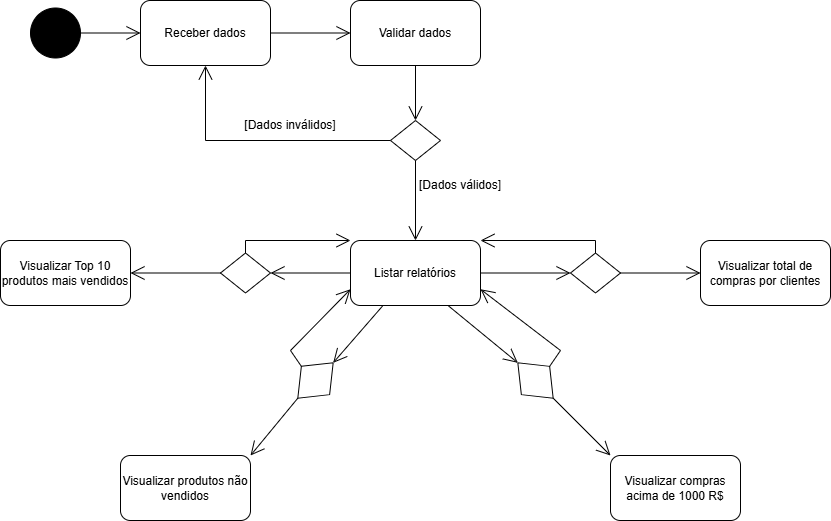
This is APOO/diagrama_atividade/Diagrama_atividade_relatórios.drawio.png from joao-marcos-azvd/Estudos-de-programacao, a draw.io export, as it was before one commit. Source tidied: cells renumbered, new cells last; positions are measured from the earlier drawing's top-left corner, leaving out a move shared by most shapes. Source of this version:
```xml
<mxGraphModel>
  <root>
    <mxCell id="0" />
    <mxCell id="1" parent="0" />
    <mxCell id="2" style="ellipse;shape=doubleEllipse;whiteSpace=wrap;html=1;fillColor=#000000;" parent="1" vertex="1">
      <mxGeometry x="30" y="7.5" width="50" height="50" as="geometry" />
    </mxCell>
    <mxCell id="3" value="Receber dados" style="rounded=1;whiteSpace=wrap;html=1;" parent="1" vertex="1">
      <mxGeometry x="140" width="130" height="65" as="geometry" />
    </mxCell>
    <mxCell id="4" style="endArrow=open;endFill=1;endSize=12;html=1;rounded=0;exitX=1;exitY=0.5;exitDx=0;exitDy=0;entryX=0;entryY=0.5;entryDx=0;entryDy=0;" parent="1" edge="1" source="2" target="3">
      <mxGeometry relative="1" as="geometry" />
    </mxCell>
    <mxCell id="5" value="Validar dados" style="rounded=1;whiteSpace=wrap;html=1;" parent="1" vertex="1">
      <mxGeometry x="350" width="130" height="65" as="geometry" />
    </mxCell>
    <mxCell id="6" style="endArrow=open;endFill=1;endSize=12;html=1;rounded=0;exitX=1;exitY=0.5;exitDx=0;exitDy=0;entryX=0;entryY=0.5;entryDx=0;entryDy=0;" parent="1" edge="1" source="3" target="5">
      <mxGeometry relative="1" as="geometry" />
    </mxCell>
    <mxCell id="7" style="rhombus;whiteSpace=wrap;html=1;" parent="1" vertex="1">
      <mxGeometry x="390" y="120" width="50" height="40" as="geometry" />
    </mxCell>
    <mxCell id="8" style="endArrow=open;endFill=1;endSize=12;html=1;rounded=0;exitX=0.5;exitY=1;exitDx=0;exitDy=0;entryX=0.5;entryY=0;entryDx=0;entryDy=0;" parent="1" edge="1" source="5" target="7">
      <mxGeometry relative="1" as="geometry" />
    </mxCell>
    <mxCell id="9" style="endArrow=open;endFill=1;endSize=12;html=1;rounded=0;exitX=0;exitY=0.5;exitDx=0;exitDy=0;entryX=0.5;entryY=1;entryDx=0;entryDy=0;" parent="1" edge="1" source="7" target="3">
      <mxGeometry relative="1" as="geometry">
        <Array as="points">
          <mxPoint x="205" y="140" />
        </Array>
      </mxGeometry>
    </mxCell>
    <mxCell id="10" value="[Dados inválidos]" style="text;strokeColor=none;align=center;fillColor=none;html=1;verticalAlign=middle;whiteSpace=wrap;rounded=0;" parent="1" vertex="1">
      <mxGeometry x="230" y="110" width="120" height="30" as="geometry" />
    </mxCell>
    <mxCell id="11" value="[Dados válidos]" style="text;strokeColor=none;align=center;fillColor=none;html=1;verticalAlign=middle;whiteSpace=wrap;rounded=0;" parent="1" vertex="1">
      <mxGeometry x="400" y="170" width="120" height="30" as="geometry" />
    </mxCell>
    <mxCell id="12" style="endArrow=open;endFill=1;endSize=12;html=1;rounded=0;exitX=0.5;exitY=1;exitDx=0;exitDy=0;entryX=0.5;entryY=0;entryDx=0;entryDy=0;" parent="1" edge="1" source="7" target="13">
      <mxGeometry relative="1" as="geometry" />
    </mxCell>
    <mxCell id="13" value="Listar relatórios" style="rounded=1;whiteSpace=wrap;html=1;" parent="1" vertex="1">
      <mxGeometry x="350" y="240" width="130" height="65" as="geometry" />
    </mxCell>
    <mxCell id="14" value="Visualizar Top 10 produtos mais vendidos" style="rounded=1;whiteSpace=wrap;html=1;" parent="1" vertex="1">
      <mxGeometry y="240" width="130" height="65" as="geometry" />
    </mxCell>
    <mxCell id="15" value="Visualizar&amp;nbsp;compras acima de 1000 R$" style="rounded=1;whiteSpace=wrap;html=1;" parent="1" vertex="1">
      <mxGeometry x="610" y="455" width="130" height="65" as="geometry" />
    </mxCell>
    <mxCell id="16" value="Visualizar&amp;nbsp;produtos não vendidos" style="rounded=1;whiteSpace=wrap;html=1;" parent="1" vertex="1">
      <mxGeometry x="120" y="455" width="130" height="65" as="geometry" />
    </mxCell>
    <mxCell id="17" value="Visualizar&amp;nbsp;total de compras por clientes" style="rounded=1;whiteSpace=wrap;html=1;" parent="1" vertex="1">
      <mxGeometry x="700" y="240" width="130" height="65" as="geometry" />
    </mxCell>
    <mxCell id="18" style="rhombus;whiteSpace=wrap;html=1;" parent="1" vertex="1">
      <mxGeometry x="220" y="252.5" width="50" height="40" as="geometry" />
    </mxCell>
    <mxCell id="19" style="rhombus;whiteSpace=wrap;html=1;" parent="1" vertex="1">
      <mxGeometry x="570" y="252.5" width="50" height="40" as="geometry" />
    </mxCell>
    <mxCell id="20" style="rhombus;whiteSpace=wrap;html=1;rotation=-45;" parent="1" vertex="1">
      <mxGeometry x="290" y="360" width="50" height="40" as="geometry" />
    </mxCell>
    <mxCell id="21" style="rhombus;whiteSpace=wrap;html=1;rotation=45;" parent="1" vertex="1">
      <mxGeometry x="510" y="360" width="50" height="40" as="geometry" />
    </mxCell>
    <mxCell id="22" style="endArrow=open;endFill=1;endSize=12;html=1;rounded=0;exitX=0;exitY=0.5;exitDx=0;exitDy=0;entryX=1;entryY=0.5;entryDx=0;entryDy=0;" parent="1" edge="1" source="13" target="18">
      <mxGeometry relative="1" as="geometry" />
    </mxCell>
    <mxCell id="23" style="endArrow=open;endFill=1;endSize=12;html=1;rounded=0;exitX=0;exitY=0.5;exitDx=0;exitDy=0;entryX=1;entryY=0.5;entryDx=0;entryDy=0;" parent="1" edge="1" source="18" target="14">
      <mxGeometry relative="1" as="geometry" />
    </mxCell>
    <mxCell id="24" style="endArrow=open;endFill=1;endSize=12;html=1;rounded=0;exitX=1;exitY=0.5;exitDx=0;exitDy=0;entryX=0;entryY=0.5;entryDx=0;entryDy=0;" parent="1" edge="1" source="19" target="17">
      <mxGeometry relative="1" as="geometry" />
    </mxCell>
    <mxCell id="25" style="endArrow=open;endFill=1;endSize=12;html=1;rounded=0;exitX=1;exitY=0.5;exitDx=0;exitDy=0;entryX=0;entryY=0.5;entryDx=0;entryDy=0;" parent="1" edge="1" source="13" target="19">
      <mxGeometry relative="1" as="geometry" />
    </mxCell>
    <mxCell id="26" style="endArrow=open;endFill=1;endSize=12;html=1;rounded=0;exitX=0.75;exitY=1;exitDx=0;exitDy=0;entryX=0;entryY=0.5;entryDx=0;entryDy=0;" parent="1" edge="1" source="13" target="21">
      <mxGeometry relative="1" as="geometry" />
    </mxCell>
    <mxCell id="27" style="endArrow=open;endFill=1;endSize=12;html=1;rounded=0;exitX=1;exitY=0.5;exitDx=0;exitDy=0;entryX=0;entryY=0;entryDx=0;entryDy=0;" parent="1" edge="1" source="21" target="15">
      <mxGeometry relative="1" as="geometry" />
    </mxCell>
    <mxCell id="28" style="endArrow=open;endFill=1;endSize=12;html=1;rounded=0;exitX=0.25;exitY=1;exitDx=0;exitDy=0;entryX=1;entryY=0.5;entryDx=0;entryDy=0;" parent="1" edge="1" source="13" target="20">
      <mxGeometry relative="1" as="geometry" />
    </mxCell>
    <mxCell id="29" style="endArrow=open;endFill=1;endSize=12;html=1;rounded=0;exitX=0;exitY=0.5;exitDx=0;exitDy=0;entryX=1;entryY=0;entryDx=0;entryDy=0;" parent="1" edge="1" source="20" target="16">
      <mxGeometry relative="1" as="geometry" />
    </mxCell>
    <mxCell id="30" style="endArrow=open;endFill=1;endSize=12;html=1;rounded=0;exitX=0.5;exitY=0;exitDx=0;exitDy=0;entryX=0;entryY=0;entryDx=0;entryDy=0;" parent="1" edge="1" source="18" target="13">
      <mxGeometry relative="1" as="geometry">
        <Array as="points">
          <mxPoint x="245" y="240" />
        </Array>
      </mxGeometry>
    </mxCell>
    <mxCell id="31" style="endArrow=open;endFill=1;endSize=12;html=1;rounded=0;entryX=1;entryY=0;entryDx=0;entryDy=0;exitX=0.5;exitY=0;exitDx=0;exitDy=0;" parent="1" edge="1" source="19" target="13">
      <mxGeometry relative="1" as="geometry">
        <Array as="points">
          <mxPoint x="595" y="240" />
        </Array>
      </mxGeometry>
    </mxCell>
    <mxCell id="32" style="endArrow=open;endFill=1;endSize=12;html=1;rounded=0;exitX=0.5;exitY=0;exitDx=0;exitDy=0;entryX=1;entryY=0.75;entryDx=0;entryDy=0;" parent="1" edge="1" source="21" target="13">
      <mxGeometry relative="1" as="geometry">
        <Array as="points">
          <mxPoint x="560" y="350" />
        </Array>
      </mxGeometry>
    </mxCell>
    <mxCell id="33" style="endArrow=open;endFill=1;endSize=12;html=1;rounded=0;exitX=0.5;exitY=0;exitDx=0;exitDy=0;entryX=0;entryY=0.75;entryDx=0;entryDy=0;" parent="1" edge="1" source="20" target="13">
      <mxGeometry relative="1" as="geometry">
        <Array as="points">
          <mxPoint x="290" y="350" />
        </Array>
      </mxGeometry>
    </mxCell>
  </root>
</mxGraphModel>
```
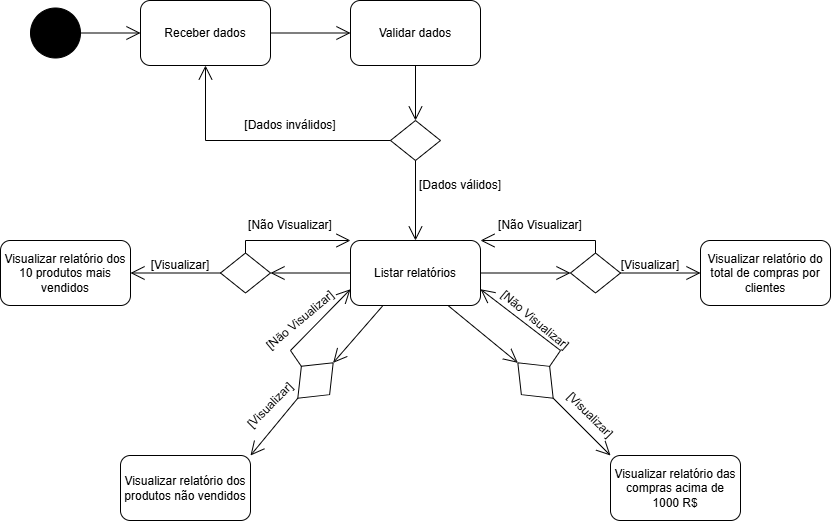
After the commit.

Change to the diagram source:
```diff
@@ -42,16 +42,16 @@
     <mxCell id="13" value="Listar relatórios" style="rounded=1;whiteSpace=wrap;html=1;" parent="1" vertex="1">
       <mxGeometry x="350" y="240" width="130" height="65" as="geometry" />
     </mxCell>
-    <mxCell id="14" value="Visualizar Top 10 produtos mais vendidos" style="rounded=1;whiteSpace=wrap;html=1;" parent="1" vertex="1">
+    <mxCell id="14" value="Visualizar relatório dos 10 produtos mais vendidos" style="rounded=1;whiteSpace=wrap;html=1;" parent="1" vertex="1">
       <mxGeometry y="240" width="130" height="65" as="geometry" />
     </mxCell>
-    <mxCell id="15" value="Visualizar&amp;nbsp;compras acima de 1000 R$" style="rounded=1;whiteSpace=wrap;html=1;" parent="1" vertex="1">
+    <mxCell id="15" value="Visualizar relatório das compras acima de 1000 R$" style="rounded=1;whiteSpace=wrap;html=1;" parent="1" vertex="1">
       <mxGeometry x="610" y="455" width="130" height="65" as="geometry" />
     </mxCell>
-    <mxCell id="16" value="Visualizar&amp;nbsp;produtos não vendidos" style="rounded=1;whiteSpace=wrap;html=1;" parent="1" vertex="1">
+    <mxCell id="16" value="Visualizar relatório dos produtos não vendidos" style="rounded=1;whiteSpace=wrap;html=1;" parent="1" vertex="1">
       <mxGeometry x="120" y="455" width="130" height="65" as="geometry" />
     </mxCell>
-    <mxCell id="17" value="Visualizar&amp;nbsp;total de compras por clientes" style="rounded=1;whiteSpace=wrap;html=1;" parent="1" vertex="1">
+    <mxCell id="17" value="Visualizar relatório do total de compras por clientes" style="rounded=1;whiteSpace=wrap;html=1;" parent="1" vertex="1">
       <mxGeometry x="700" y="240" width="130" height="65" as="geometry" />
     </mxCell>
     <mxCell id="18" style="rhombus;whiteSpace=wrap;html=1;" parent="1" vertex="1">
@@ -118,5 +118,29 @@
         </Array>
       </mxGeometry>
     </mxCell>
+    <mxCell id="34" value="[Visualizar]" style="text;strokeColor=none;align=center;fillColor=none;html=1;verticalAlign=middle;whiteSpace=wrap;rounded=0;" parent="1" vertex="1">
+      <mxGeometry x="590" y="250" width="120" height="30" as="geometry" />
+    </mxCell>
+    <mxCell id="35" value="[Não Visualizar]" style="text;strokeColor=none;align=center;fillColor=none;html=1;verticalAlign=middle;whiteSpace=wrap;rounded=0;" parent="1" vertex="1">
+      <mxGeometry x="480" y="210" width="120" height="30" as="geometry" />
+    </mxCell>
+    <mxCell id="36" value="[Não Visualizar]" style="text;strokeColor=none;align=center;fillColor=none;html=1;verticalAlign=middle;whiteSpace=wrap;rounded=0;" parent="1" vertex="1">
+      <mxGeometry x="230" y="210" width="120" height="30" as="geometry" />
+    </mxCell>
+    <mxCell id="37" value="[Não Visualizar]" style="text;strokeColor=none;align=center;fillColor=none;html=1;verticalAlign=middle;whiteSpace=wrap;rounded=0;rotation=40;" parent="1" vertex="1">
+      <mxGeometry x="475" y="305" width="120" height="30" as="geometry" />
+    </mxCell>
+    <mxCell id="38" value="[Não Visualizar]" style="text;strokeColor=none;align=center;fillColor=none;html=1;verticalAlign=middle;whiteSpace=wrap;rounded=0;rotation=-40;" parent="1" vertex="1">
+      <mxGeometry x="240" y="305" width="120" height="30" as="geometry" />
+    </mxCell>
+    <mxCell id="39" value="[Visualizar]" style="text;strokeColor=none;align=center;fillColor=none;html=1;verticalAlign=middle;whiteSpace=wrap;rounded=0;" parent="1" vertex="1">
+      <mxGeometry x="120" y="250" width="120" height="30" as="geometry" />
+    </mxCell>
+    <mxCell id="40" value="[Visualizar]" style="text;strokeColor=none;align=center;fillColor=none;html=1;verticalAlign=middle;whiteSpace=wrap;rounded=0;rotation=-45;" parent="1" vertex="1">
+      <mxGeometry x="210" y="390" width="120" height="30" as="geometry" />
+    </mxCell>
+    <mxCell id="41" value="[Visualizar]" style="text;strokeColor=none;align=center;fillColor=none;html=1;verticalAlign=middle;whiteSpace=wrap;rounded=0;rotation=45;" parent="1" vertex="1">
+      <mxGeometry x="530" y="400" width="120" height="30" as="geometry" />
+    </mxCell>
   </root>
 </mxGraphModel>
```
